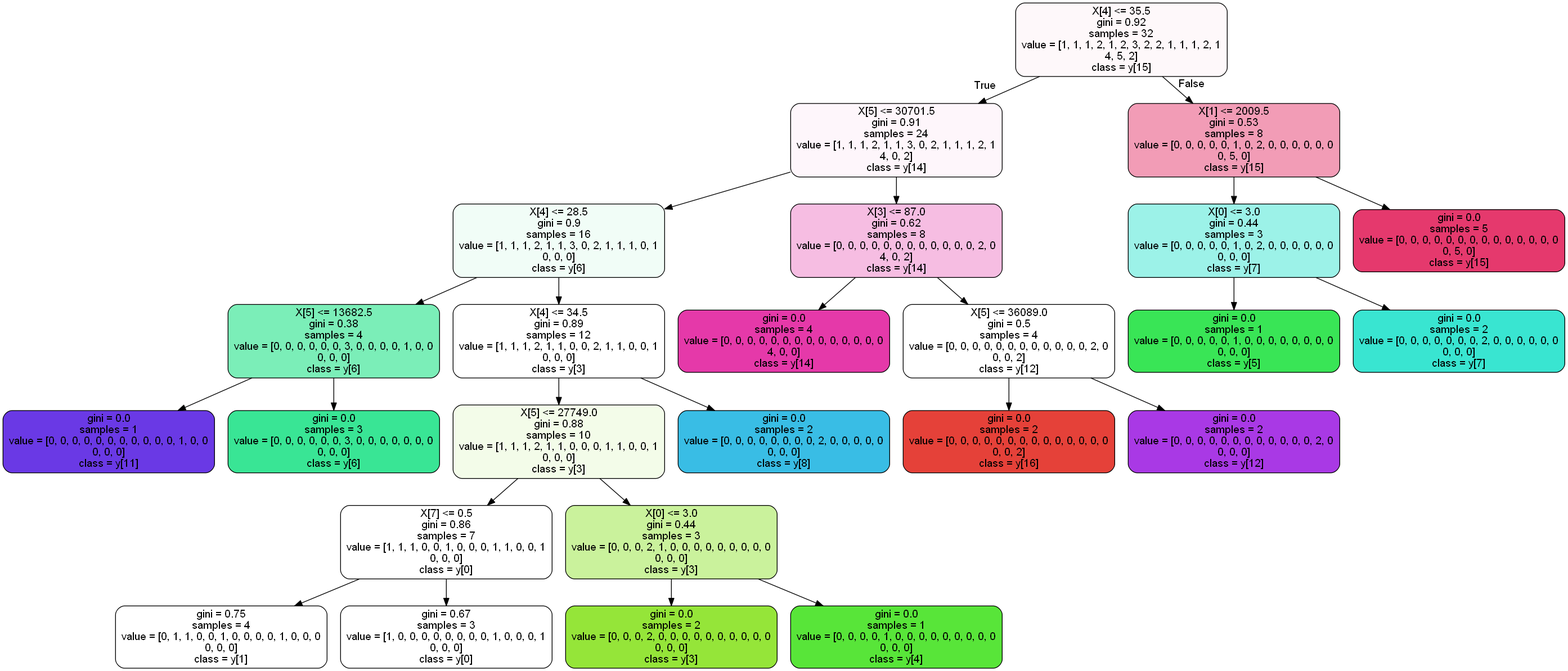
The Graphviz diagram treetrip.png in AndreaDagg/DecisIonCAr, before a commit. Its source is kept beside it as treetrip.dot.
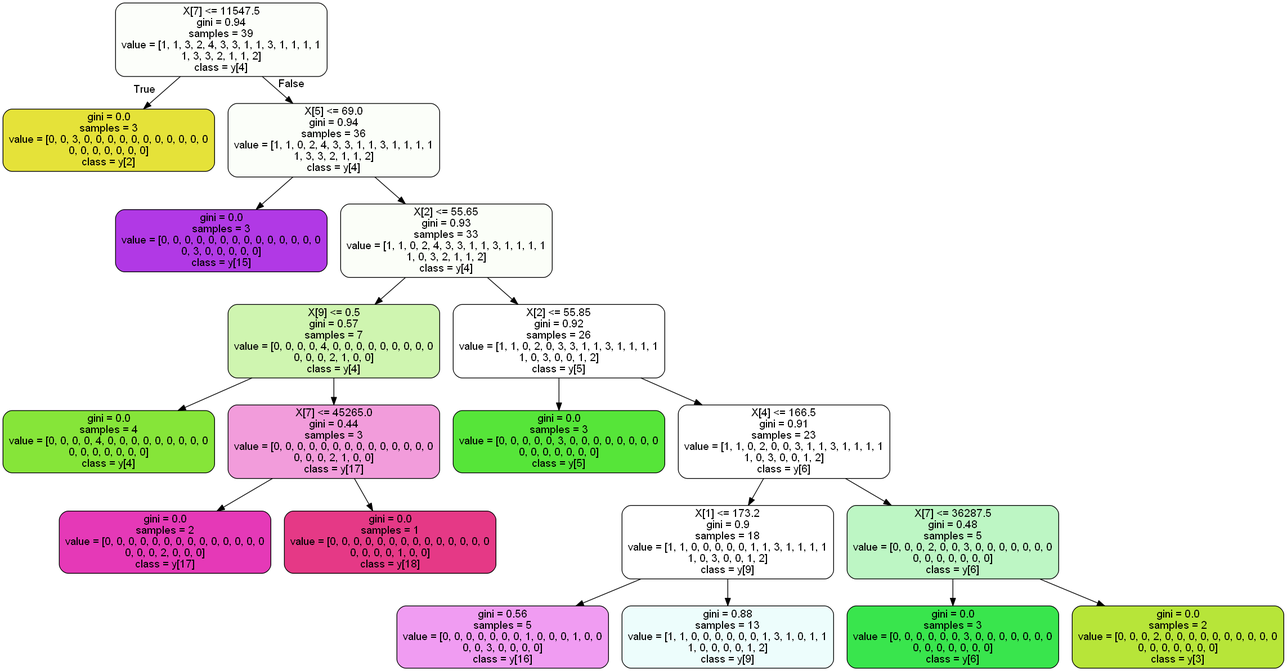
After the change.

The edit, as a diff of the source:
```diff
@@ -1,53 +1,41 @@
 digraph Tree {
 node [shape=box, style="filled, rounded", color="black", fontname=helvetica] ;
 edge [fontname=helvetica] ;
-0 [label="X[4] <= 35.5\ngini = 0.92\nsamples = 32\nvalue = [1, 1, 1, 2, 1, 2, 3, 2, 2, 1, 1, 1, 2, 1\n4, 5, 2]\nclass = y[15]", fillcolor="#fef8fa"] ;
-1 [label="X[5] <= 30701.5\ngini = 0.91\nsamples = 24\nvalue = [1, 1, 1, 2, 1, 1, 3, 0, 2, 1, 1, 1, 2, 1\n4, 0, 2]\nclass = y[14]", fillcolor="#fef6fb"] ;
+0 [label="X[7] <= 11547.5\ngini = 0.94\nsamples = 39\nvalue = [1, 1, 3, 2, 4, 3, 3, 1, 1, 3, 1, 1, 1, 1\n1, 3, 3, 2, 1, 1, 2]\nclass = y[4]", fillcolor="#fcfefa"] ;
+1 [label="gini = 0.0\nsamples = 3\nvalue = [0, 0, 3, 0, 0, 0, 0, 0, 0, 0, 0, 0, 0, 0\n0, 0, 0, 0, 0, 0, 0]\nclass = y[2]", fillcolor="#e5e239"] ;
 0 -> 1 [labeldistance=2.5, labelangle=45, headlabel="True"] ;
-2 [label="X[4] <= 28.5\ngini = 0.9\nsamples = 16\nvalue = [1, 1, 1, 2, 1, 1, 3, 0, 2, 1, 1, 1, 0, 1\n0, 0, 0]\nclass = y[6]", fillcolor="#f1fdf7"] ;
-1 -> 2 ;
-3 [label="X[5] <= 13682.5\ngini = 0.38\nsamples = 4\nvalue = [0, 0, 0, 0, 0, 0, 3, 0, 0, 0, 0, 1, 0, 0\n0, 0, 0]\nclass = y[6]", fillcolor="#7beeb8"] ;
+2 [label="X[5] <= 69.0\ngini = 0.94\nsamples = 36\nvalue = [1, 1, 0, 2, 4, 3, 3, 1, 1, 3, 1, 1, 1, 1\n1, 3, 3, 2, 1, 1, 2]\nclass = y[4]", fillcolor="#fbfef9"] ;
+0 -> 2 [labeldistance=2.5, labelangle=-45, headlabel="False"] ;
+3 [label="gini = 0.0\nsamples = 3\nvalue = [0, 0, 0, 0, 0, 0, 0, 0, 0, 0, 0, 0, 0, 0\n0, 3, 0, 0, 0, 0, 0]\nclass = y[15]", fillcolor="#b139e5"] ;
 2 -> 3 ;
-4 [label="gini = 0.0\nsamples = 1\nvalue = [0, 0, 0, 0, 0, 0, 0, 0, 0, 0, 0, 1, 0, 0\n0, 0, 0]\nclass = y[11]", fillcolor="#6a39e5"] ;
-3 -> 4 ;
-5 [label="gini = 0.0\nsamples = 3\nvalue = [0, 0, 0, 0, 0, 0, 3, 0, 0, 0, 0, 0, 0, 0\n0, 0, 0]\nclass = y[6]", fillcolor="#39e595"] ;
-3 -> 5 ;
-6 [label="X[4] <= 34.5\ngini = 0.89\nsamples = 12\nvalue = [1, 1, 1, 2, 1, 1, 0, 0, 2, 1, 1, 0, 0, 1\n0, 0, 0]\nclass = y[3]", fillcolor="#ffffff"] ;
-2 -> 6 ;
-7 [label="X[5] <= 27749.0\ngini = 0.88\nsamples = 10\nvalue = [1, 1, 1, 2, 1, 1, 0, 0, 0, 1, 1, 0, 0, 1\n0, 0, 0]\nclass = y[3]", fillcolor="#f3fce9"] ;
-6 -> 7 ;
-8 [label="X[7] <= 0.5\ngini = 0.86\nsamples = 7\nvalue = [1, 1, 1, 0, 0, 1, 0, 0, 0, 1, 1, 0, 0, 1\n0, 0, 0]\nclass = y[0]", fillcolor="#ffffff"] ;
+4 [label="X[2] <= 55.65\ngini = 0.93\nsamples = 33\nvalue = [1, 1, 0, 2, 4, 3, 3, 1, 1, 3, 1, 1, 1, 1\n1, 0, 3, 2, 1, 1, 2]\nclass = y[4]", fillcolor="#fbfef8"] ;
+2 -> 4 ;
+5 [label="X[9] <= 0.5\ngini = 0.57\nsamples = 7\nvalue = [0, 0, 0, 0, 4, 0, 0, 0, 0, 0, 0, 0, 0, 0\n0, 0, 0, 2, 1, 0, 0]\nclass = y[4]", fillcolor="#cff5b0"] ;
+4 -> 5 ;
+6 [label="gini = 0.0\nsamples = 4\nvalue = [0, 0, 0, 0, 4, 0, 0, 0, 0, 0, 0, 0, 0, 0\n0, 0, 0, 0, 0, 0, 0]\nclass = y[4]", fillcolor="#86e539"] ;
+5 -> 6 ;
+7 [label="X[7] <= 45265.0\ngini = 0.44\nsamples = 3\nvalue = [0, 0, 0, 0, 0, 0, 0, 0, 0, 0, 0, 0, 0, 0\n0, 0, 0, 2, 1, 0, 0]\nclass = y[17]", fillcolor="#f29cdb"] ;
+5 -> 7 ;
+8 [label="gini = 0.0\nsamples = 2\nvalue = [0, 0, 0, 0, 0, 0, 0, 0, 0, 0, 0, 0, 0, 0\n0, 0, 0, 2, 0, 0, 0]\nclass = y[17]", fillcolor="#e539b7"] ;
 7 -> 8 ;
-9 [label="gini = 0.75\nsamples = 4\nvalue = [0, 1, 1, 0, 0, 1, 0, 0, 0, 0, 1, 0, 0, 0\n0, 0, 0]\nclass = y[1]", fillcolor="#ffffff"] ;
-8 -> 9 ;
-10 [label="gini = 0.67\nsamples = 3\nvalue = [1, 0, 0, 0, 0, 0, 0, 0, 0, 1, 0, 0, 0, 1\n0, 0, 0]\nclass = y[0]", fillcolor="#ffffff"] ;
-8 -> 10 ;
-11 [label="X[0] <= 3.0\ngini = 0.44\nsamples = 3\nvalue = [0, 0, 0, 2, 1, 0, 0, 0, 0, 0, 0, 0, 0, 0\n0, 0, 0]\nclass = y[3]", fillcolor="#caf29c"] ;
-7 -> 11 ;
-12 [label="gini = 0.0\nsamples = 2\nvalue = [0, 0, 0, 2, 0, 0, 0, 0, 0, 0, 0, 0, 0, 0\n0, 0, 0]\nclass = y[3]", fillcolor="#95e539"] ;
-11 -> 12 ;
-13 [label="gini = 0.0\nsamples = 1\nvalue = [0, 0, 0, 0, 1, 0, 0, 0, 0, 0, 0, 0, 0, 0\n0, 0, 0]\nclass = y[4]", fillcolor="#58e539"] ;
-11 -> 13 ;
-14 [label="gini = 0.0\nsamples = 2\nvalue = [0, 0, 0, 0, 0, 0, 0, 0, 2, 0, 0, 0, 0, 0\n0, 0, 0]\nclass = y[8]", fillcolor="#39bde5"] ;
-6 -> 14 ;
-15 [label="X[3] <= 87.0\ngini = 0.62\nsamples = 8\nvalue = [0, 0, 0, 0, 0, 0, 0, 0, 0, 0, 0, 0, 2, 0\n4, 0, 2]\nclass = y[14]", fillcolor="#f6bde2"] ;
-1 -> 15 ;
-16 [label="gini = 0.0\nsamples = 4\nvalue = [0, 0, 0, 0, 0, 0, 0, 0, 0, 0, 0, 0, 0, 0\n4, 0, 0]\nclass = y[14]", fillcolor="#e539a9"] ;
-15 -> 16 ;
-17 [label="X[5] <= 36089.0\ngini = 0.5\nsamples = 4\nvalue = [0, 0, 0, 0, 0, 0, 0, 0, 0, 0, 0, 0, 2, 0\n0, 0, 2]\nclass = y[12]", fillcolor="#ffffff"] ;
-15 -> 17 ;
-18 [label="gini = 0.0\nsamples = 2\nvalue = [0, 0, 0, 0, 0, 0, 0, 0, 0, 0, 0, 0, 0, 0\n0, 0, 2]\nclass = y[16]", fillcolor="#e54139"] ;
-17 -> 18 ;
-19 [label="gini = 0.0\nsamples = 2\nvalue = [0, 0, 0, 0, 0, 0, 0, 0, 0, 0, 0, 0, 2, 0\n0, 0, 0]\nclass = y[12]", fillcolor="#a939e5"] ;
-17 -> 19 ;
-20 [label="X[1] <= 2009.5\ngini = 0.53\nsamples = 8\nvalue = [0, 0, 0, 0, 0, 1, 0, 2, 0, 0, 0, 0, 0, 0\n0, 5, 0]\nclass = y[15]", fillcolor="#f29cb6"] ;
-0 -> 20 [labeldistance=2.5, labelangle=-45, headlabel="False"] ;
-21 [label="X[0] <= 3.0\ngini = 0.44\nsamples = 3\nvalue = [0, 0, 0, 0, 0, 1, 0, 2, 0, 0, 0, 0, 0, 0\n0, 0, 0]\nclass = y[7]", fillcolor="#9cf2e8"] ;
-20 -> 21 ;
-22 [label="gini = 0.0\nsamples = 1\nvalue = [0, 0, 0, 0, 0, 1, 0, 0, 0, 0, 0, 0, 0, 0\n0, 0, 0]\nclass = y[5]", fillcolor="#39e556"] ;
-21 -> 22 ;
-23 [label="gini = 0.0\nsamples = 2\nvalue = [0, 0, 0, 0, 0, 0, 0, 2, 0, 0, 0, 0, 0, 0\n0, 0, 0]\nclass = y[7]", fillcolor="#39e5d1"] ;
-21 -> 23 ;
-24 [label="gini = 0.0\nsamples = 5\nvalue = [0, 0, 0, 0, 0, 0, 0, 0, 0, 0, 0, 0, 0, 0\n0, 5, 0]\nclass = y[15]", fillcolor="#e5396d"] ;
-20 -> 24 ;
+9 [label="gini = 0.0\nsamples = 1\nvalue = [0, 0, 0, 0, 0, 0, 0, 0, 0, 0, 0, 0, 0, 0\n0, 0, 0, 0, 1, 0, 0]\nclass = y[18]", fillcolor="#e53986"] ;
+7 -> 9 ;
+10 [label="X[2] <= 55.85\ngini = 0.92\nsamples = 26\nvalue = [1, 1, 0, 2, 0, 3, 3, 1, 1, 3, 1, 1, 1, 1\n1, 0, 3, 0, 0, 1, 2]\nclass = y[5]", fillcolor="#ffffff"] ;
+4 -> 10 ;
+11 [label="gini = 0.0\nsamples = 3\nvalue = [0, 0, 0, 0, 0, 3, 0, 0, 0, 0, 0, 0, 0, 0\n0, 0, 0, 0, 0, 0, 0]\nclass = y[5]", fillcolor="#56e539"] ;
+10 -> 11 ;
+12 [label="X[4] <= 166.5\ngini = 0.91\nsamples = 23\nvalue = [1, 1, 0, 2, 0, 0, 3, 1, 1, 3, 1, 1, 1, 1\n1, 0, 3, 0, 0, 1, 2]\nclass = y[6]", fillcolor="#ffffff"] ;
+10 -> 12 ;
+13 [label="X[1] <= 173.2\ngini = 0.9\nsamples = 18\nvalue = [1, 1, 0, 0, 0, 0, 0, 1, 1, 3, 1, 1, 1, 1\n1, 0, 3, 0, 0, 1, 2]\nclass = y[9]", fillcolor="#ffffff"] ;
+12 -> 13 ;
+14 [label="gini = 0.56\nsamples = 5\nvalue = [0, 0, 0, 0, 0, 0, 0, 1, 0, 0, 0, 1, 0, 0\n0, 0, 3, 0, 0, 0, 0]\nclass = y[16]", fillcolor="#f09cf2"] ;
+13 -> 14 ;
+15 [label="gini = 0.88\nsamples = 13\nvalue = [1, 1, 0, 0, 0, 0, 0, 0, 1, 3, 1, 0, 1, 1\n1, 0, 0, 0, 0, 1, 2]\nclass = y[9]", fillcolor="#edfdfc"] ;
+13 -> 15 ;
+16 [label="X[7] <= 36287.5\ngini = 0.48\nsamples = 5\nvalue = [0, 0, 0, 2, 0, 0, 3, 0, 0, 0, 0, 0, 0, 0\n0, 0, 0, 0, 0, 0, 0]\nclass = y[6]", fillcolor="#bdf6c4"] ;
+12 -> 16 ;
+17 [label="gini = 0.0\nsamples = 3\nvalue = [0, 0, 0, 0, 0, 0, 3, 0, 0, 0, 0, 0, 0, 0\n0, 0, 0, 0, 0, 0, 0]\nclass = y[6]", fillcolor="#39e54d"] ;
+16 -> 17 ;
+18 [label="gini = 0.0\nsamples = 2\nvalue = [0, 0, 0, 2, 0, 0, 0, 0, 0, 0, 0, 0, 0, 0\n0, 0, 0, 0, 0, 0, 0]\nclass = y[3]", fillcolor="#b7e539"] ;
+16 -> 18 ;
 }
```
